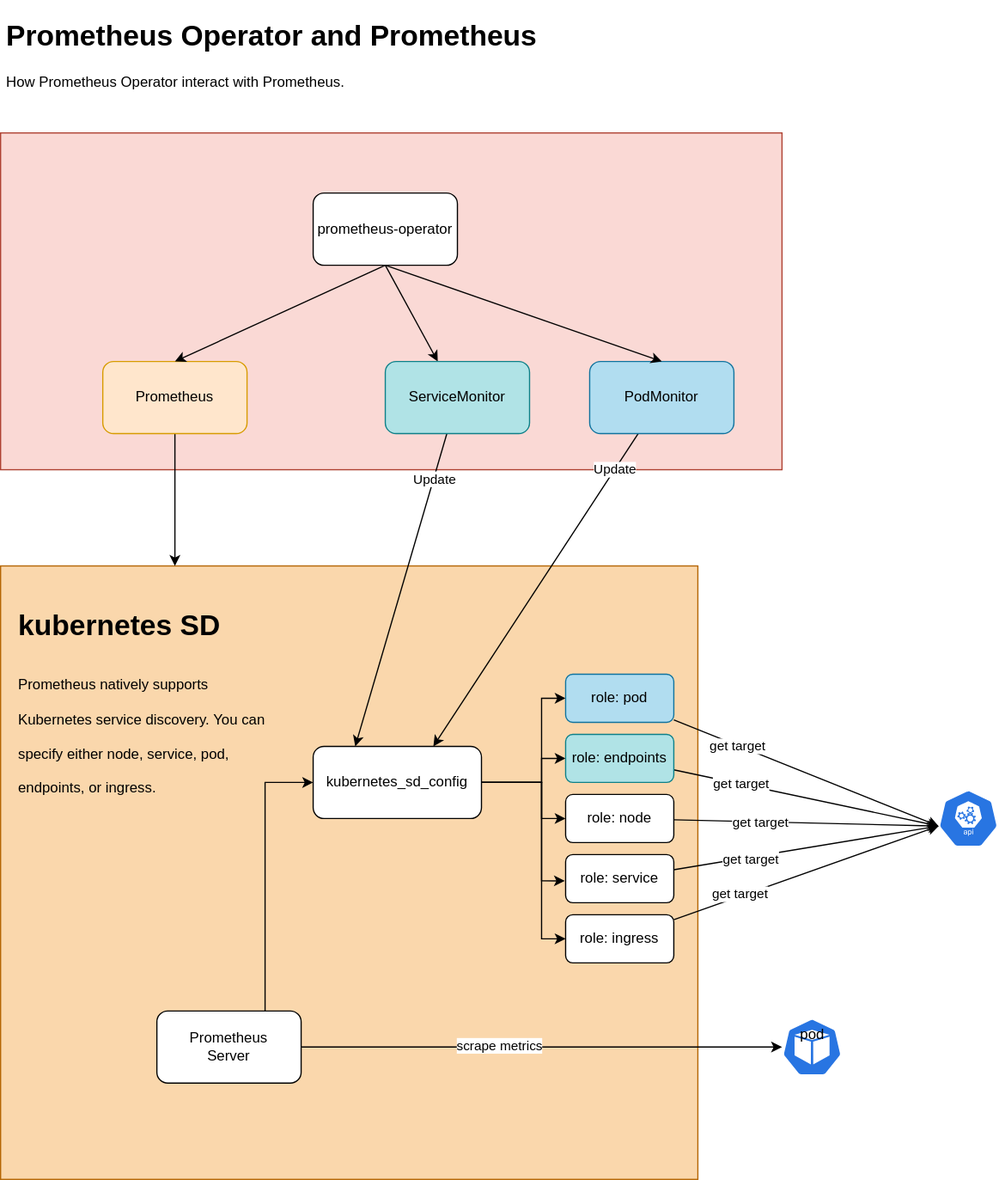
Before: prometheus-operator/docs/prometheus-operator.drawio.svg, a diagram exported from draw.io (nakamasato/kubernetes-training). Source tidied: cells renumbered, new cells last; positions are measured from the earlier drawing's top-left corner, leaving out a move shared by most shapes.
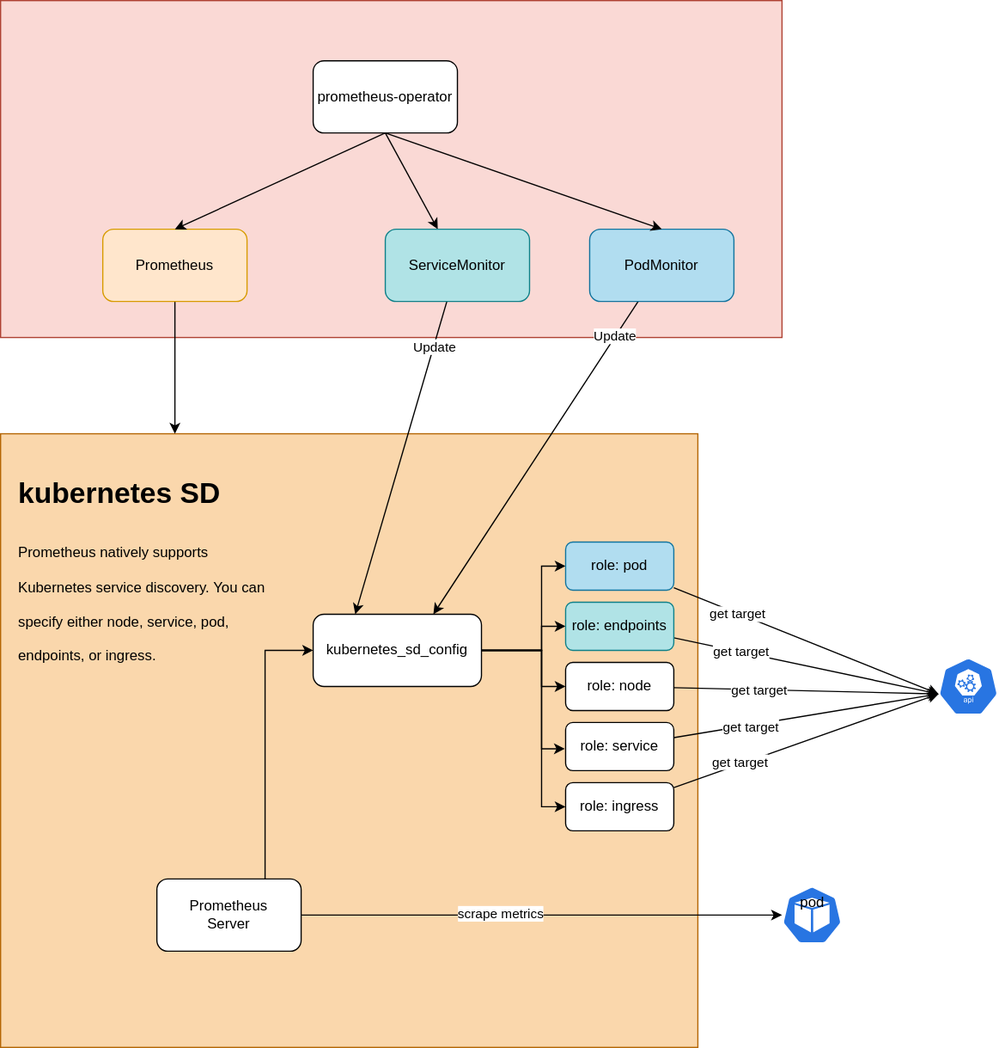
The same file after the commit.

Change to the diagram source:
```diff
@@ -162,8 +162,5 @@
         </Array>
       </mxGeometry>
     </mxCell>
-    <mxCell id="44" value="&lt;h1&gt;Prometheus Operator and Prometheus&lt;/h1&gt;&lt;p&gt;How Prometheus Operator interact with Prometheus.&lt;/p&gt;" style="text;html=1;strokeColor=none;fillColor=none;spacing=5;spacingTop=-20;whiteSpace=wrap;overflow=hidden;rounded=0;" parent="1" vertex="1">
-      <mxGeometry width="530" height="90" as="geometry" />
-    </mxCell>
   </root>
 </mxGraphModel>
```
